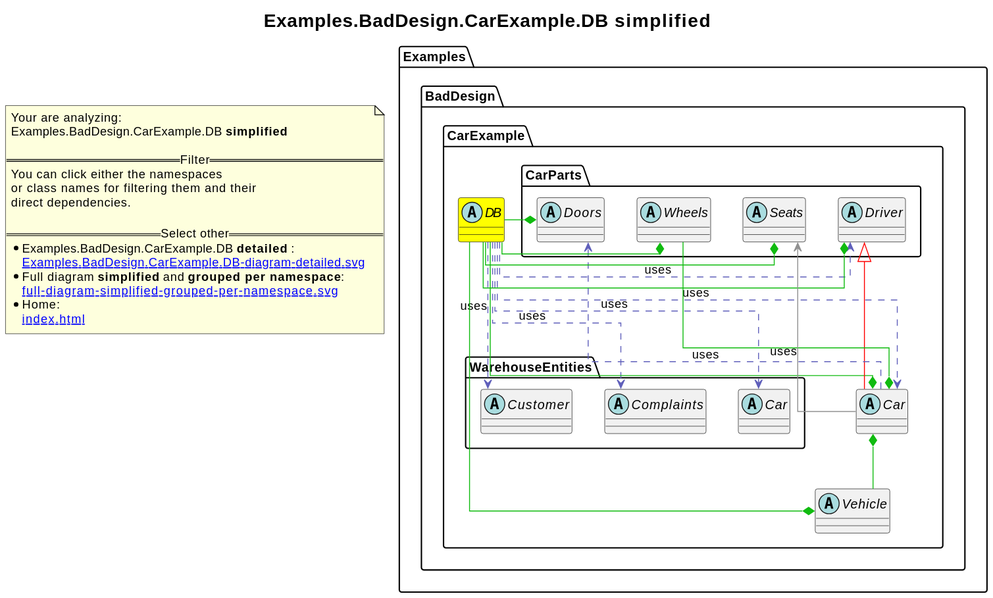
The PlantUML diagram revenger-csharp-adapter.out/Examples.BadDesign.CarExample.DB-diagram-simplified.svg in 2BlackCoffees/revenger, before a commit.
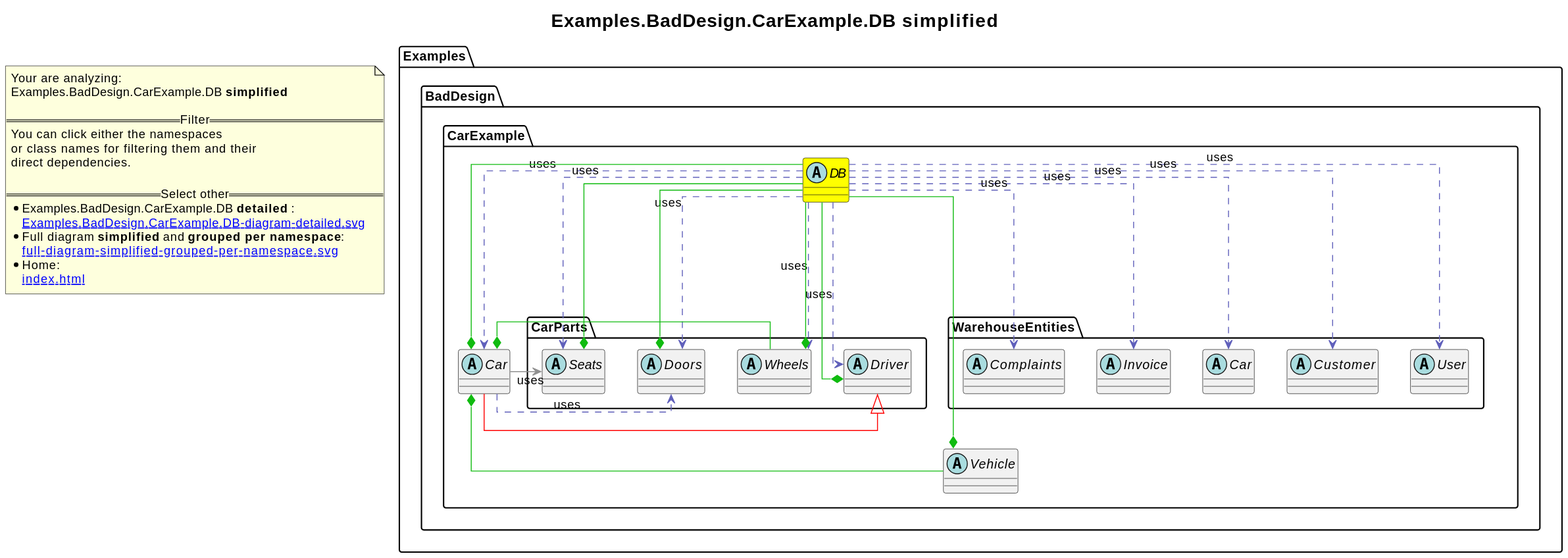
Above is the later version.

What changed in the source:
```diff
@@ -10,23 +10,32 @@
     }
       abstract class Examples.BadDesign.CarExample.CarParts.Driver [[Examples.BadDesign.CarExample.CarParts.Driver-diagram-simplified.svg]]  {
       }
-      abstract class Examples.BadDesign.CarExample.CarParts.Seats [[Examples.BadDesign.CarExample.CarParts.Seats-diagram-simplified.svg]]  {
-      }
       abstract class Examples.BadDesign.CarExample.CarParts.Wheels [[Examples.BadDesign.CarExample.CarParts.Wheels-diagram-simplified.svg]]  {
       }
       abstract class Examples.BadDesign.CarExample.CarParts.Doors [[Examples.BadDesign.CarExample.CarParts.Doors-diagram-simplified.svg]]  {
       }
+      abstract class Examples.BadDesign.CarExample.CarParts.Seats [[Examples.BadDesign.CarExample.CarParts.Seats-diagram-simplified.svg]]  {
+      }
+      abstract class Examples.BadDesign.CarExample.WarehouseEntities.User [[Examples.BadDesign.CarExample.WarehouseEntities.User-diagram-simplified.svg]]  {
+      }
+      abstract class Examples.BadDesign.CarExample.WarehouseEntities.Customer [[Examples.BadDesign.CarExample.WarehouseEntities.Customer-diagram-simplified.svg]]  {
+      }
       abstract class Examples.BadDesign.CarExample.WarehouseEntities.Car [[Examples.BadDesign.CarExample.WarehouseEntities.Car-diagram-simplified.svg]]  {
+      }
+      abstract class Examples.BadDesign.CarExample.WarehouseEntities.Invoice [[Examples.BadDesign.CarExample.WarehouseEntities.Invoice-diagram-simplified.svg]]  {
       }
       abstract class Examples.BadDesign.CarExample.WarehouseEntities.Complaints [[Examples.BadDesign.CarExample.WarehouseEntities.Complaints-diagram-simplified.svg]]  {
       }
-      abstract class Examples.BadDesign.CarExample.WarehouseEntities.Customer [[Examples.BadDesign.CarExample.WarehouseEntities.Customer-diagram-simplified.svg]]  {
-      }
+Examples.BadDesign.CarExample.DB .[#6060BB].> Examples.BadDesign.CarExample.WarehouseEntities.User  : uses
+Examples.BadDesign.CarExample.DB .[#6060BB].> Examples.BadDesign.CarExample.WarehouseEntities.Customer  : uses
 Examples.BadDesign.CarExample.DB .[#6060BB].> Examples.BadDesign.CarExample.WarehouseEntities.Car  : uses
+Examples.BadDesign.CarExample.DB .[#6060BB].> Examples.BadDesign.CarExample.WarehouseEntities.Invoice  : uses
 Examples.BadDesign.CarExample.DB .[#6060BB].> Examples.BadDesign.CarExample.WarehouseEntities.Complaints  : uses
-Examples.BadDesign.CarExample.DB .[#6060BB].> Examples.BadDesign.CarExample.WarehouseEntities.Customer  : uses
+Examples.BadDesign.CarExample.DB .[#6060BB].> Examples.BadDesign.CarExample.Car  : uses
 Examples.BadDesign.CarExample.DB .[#6060BB].> Examples.BadDesign.CarExample.CarParts.Driver  : uses
-Examples.BadDesign.CarExample.DB .[#6060BB].> Examples.BadDesign.CarExample.Car  : uses
+Examples.BadDesign.CarExample.DB .[#6060BB].> Examples.BadDesign.CarExample.CarParts.Wheels  : uses
+Examples.BadDesign.CarExample.DB .[#6060BB].> Examples.BadDesign.CarExample.CarParts.Doors  : uses
+Examples.BadDesign.CarExample.DB .[#6060BB].> Examples.BadDesign.CarExample.CarParts.Seats  : uses
 Examples.BadDesign.CarExample.CarParts.Driver <|-[#red]- Examples.BadDesign.CarExample.Car
 Examples.BadDesign.CarExample.Car *-[#10BB10]- Examples.BadDesign.CarExample.CarParts.Wheels
 Examples.BadDesign.CarExample.Car *-[#10BB10]- Examples.BadDesign.CarExample.Vehicle
@@ -35,7 +44,7 @@
 Examples.BadDesign.CarExample.Car -[#909090]-> Examples.BadDesign.CarExample.CarParts.Seats  : uses
 Examples.BadDesign.CarExample.Vehicle *-[#10BB10]- Examples.BadDesign.CarExample.DB
 Examples.BadDesign.CarExample.CarParts.Driver *-[#10BB10]- Examples.BadDesign.CarExample.DB
-Examples.BadDesign.CarExample.CarParts.Seats *-[#10BB10]- Examples.BadDesign.CarExample.DB
 Examples.BadDesign.CarExample.CarParts.Wheels *-[#10BB10]- Examples.BadDesign.CarExample.DB
 Examples.BadDesign.CarExample.CarParts.Doors *-[#10BB10]- Examples.BadDesign.CarExample.DB
+Examples.BadDesign.CarExample.CarParts.Seats *-[#10BB10]- Examples.BadDesign.CarExample.DB
 @enduml
```
